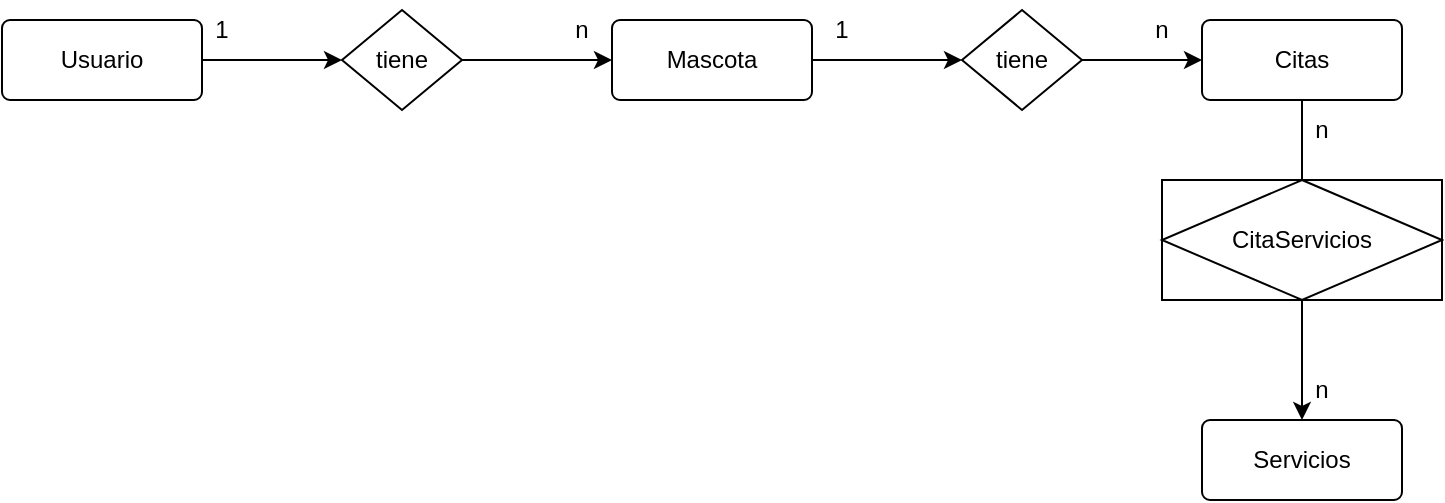
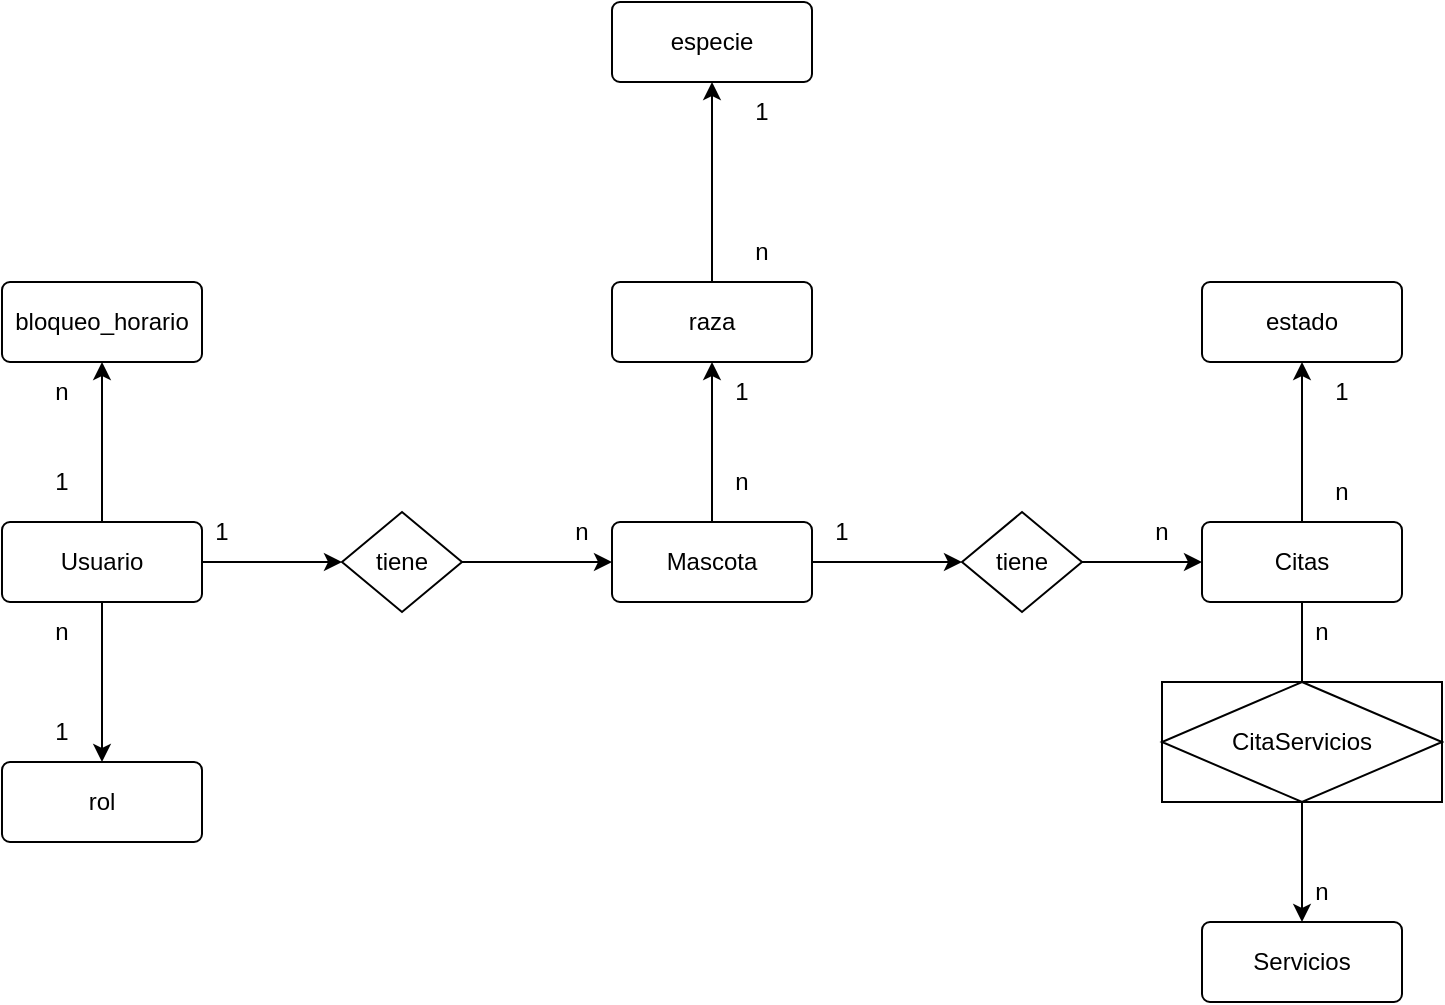
<mxfile host="65bd71144e">
    <diagram id="T-3vDhxCGE0XnjOu4ETA" name="Page-1">
-         <mxGraphModel dx="982" dy="568" grid="1" gridSize="10" guides="1" tooltips="1" connect="1" arrows="1" fold="1" page="1" pageScale="1" pageWidth="850" pageHeight="1100" math="0" shadow="0">
+         <mxGraphModel dx="982" dy="1668" grid="1" gridSize="10" guides="1" tooltips="1" connect="1" arrows="1" fold="1" page="1" pageScale="1" pageWidth="850" pageHeight="1100" math="0" shadow="0">
            <root>
                <mxCell id="0"/>
                <mxCell id="1" parent="0"/>
                <mxCell id="YRLj1h23fmWxmIqaTlUQ-5" edge="1" parent="1" source="YRLj1h23fmWxmIqaTlUQ-2" style="edgeStyle=none;html=1;" target="YRLj1h23fmWxmIqaTlUQ-4" value="">
                    <mxGeometry relative="1" as="geometry"/>
                </mxCell>
+                 <mxCell id="_KU__mLejZA0s17r8uhd-15" edge="1" parent="1" source="YRLj1h23fmWxmIqaTlUQ-2" style="edgeStyle=none;html=1;" target="_KU__mLejZA0s17r8uhd-14" value="">
+                     <mxGeometry relative="1" as="geometry"/>
+                 </mxCell>
+                 <mxCell id="_KU__mLejZA0s17r8uhd-17" edge="1" parent="1" source="YRLj1h23fmWxmIqaTlUQ-2" style="edgeStyle=none;html=1;" target="_KU__mLejZA0s17r8uhd-16" value="">
+                     <mxGeometry relative="1" as="geometry"/>
+                 </mxCell>
                <mxCell id="YRLj1h23fmWxmIqaTlUQ-2" parent="1" style="rounded=1;arcSize=10;whiteSpace=wrap;html=1;align=center;" value="Usuario" vertex="1">
                    <mxGeometry height="40" width="100" x="70" y="200" as="geometry"/>
                </mxCell>
                <mxCell id="YRLj1h23fmWxmIqaTlUQ-13" edge="1" parent="1" source="YRLj1h23fmWxmIqaTlUQ-3" style="edgeStyle=none;html=1;" target="YRLj1h23fmWxmIqaTlUQ-12" value="">
+                     <mxGeometry relative="1" as="geometry"/>
+                 </mxCell>
+                 <mxCell id="_KU__mLejZA0s17r8uhd-2" edge="1" parent="1" source="YRLj1h23fmWxmIqaTlUQ-3" style="edgeStyle=none;html=1;" target="_KU__mLejZA0s17r8uhd-1" value="">
                    <mxGeometry relative="1" as="geometry"/>
                </mxCell>
                <mxCell id="YRLj1h23fmWxmIqaTlUQ-3" parent="1" style="rounded=1;arcSize=10;whiteSpace=wrap;html=1;align=center;" value="Mascota" vertex="1">
                    <mxGeometry height="40" width="100" x="375" y="200" as="geometry"/>
                </mxCell>
                <mxCell id="YRLj1h23fmWxmIqaTlUQ-8" edge="1" parent="1" source="YRLj1h23fmWxmIqaTlUQ-4" style="edgeStyle=none;html=1;" target="YRLj1h23fmWxmIqaTlUQ-3" value="">
                    <mxGeometry relative="1" as="geometry"/>
                </mxCell>
                <mxCell id="YRLj1h23fmWxmIqaTlUQ-4" parent="1" style="shape=rhombus;html=1;dashed=0;whiteSpace=wrap;perimeter=rhombusPerimeter;" value="tiene" vertex="1">
                    <mxGeometry height="50" width="60" x="240" y="195" as="geometry"/>
                </mxCell>
                <mxCell id="YRLj1h23fmWxmIqaTlUQ-9" parent="1" style="text;html=1;whiteSpace=wrap;strokeColor=none;fillColor=none;align=center;verticalAlign=middle;rounded=0;" value="n" vertex="1">
                    <mxGeometry height="30" width="60" x="330" y="190" as="geometry"/>
                </mxCell>
                <mxCell id="YRLj1h23fmWxmIqaTlUQ-10" parent="1" style="text;html=1;whiteSpace=wrap;strokeColor=none;fillColor=none;align=center;verticalAlign=middle;rounded=0;" value="1" vertex="1">
                    <mxGeometry height="30" width="60" x="150" y="190" as="geometry"/>
                </mxCell>
                <mxCell id="YRLj1h23fmWxmIqaTlUQ-18" edge="1" parent="1" source="YRLj1h23fmWxmIqaTlUQ-11" style="edgeStyle=none;html=1;" value="">
                    <mxGeometry relative="1" as="geometry">
                        <mxPoint x="720" y="290" as="targetPoint"/>
                    </mxGeometry>
+                 </mxCell>
+                 <mxCell id="_KU__mLejZA0s17r8uhd-6" edge="1" parent="1" source="YRLj1h23fmWxmIqaTlUQ-11" style="edgeStyle=none;html=1;" target="_KU__mLejZA0s17r8uhd-5" value="">
+                     <mxGeometry relative="1" as="geometry"/>
                </mxCell>
                <mxCell id="YRLj1h23fmWxmIqaTlUQ-11" parent="1" style="rounded=1;arcSize=10;whiteSpace=wrap;html=1;align=center;" value="Citas" vertex="1">
                    <mxGeometry height="40" width="100" x="670" y="200" as="geometry"/>
                </mxCell>
                <mxCell id="YRLj1h23fmWxmIqaTlUQ-14" edge="1" parent="1" source="YRLj1h23fmWxmIqaTlUQ-12" style="edgeStyle=none;html=1;" target="YRLj1h23fmWxmIqaTlUQ-11" value="">
                    <mxGeometry relative="1" as="geometry"/>
                </mxCell>
                <mxCell id="YRLj1h23fmWxmIqaTlUQ-12" parent="1" style="shape=rhombus;html=1;dashed=0;whiteSpace=wrap;perimeter=rhombusPerimeter;" value="tiene" vertex="1">
                    <mxGeometry height="50" width="60" x="550" y="195" as="geometry"/>
                </mxCell>
                <mxCell id="YRLj1h23fmWxmIqaTlUQ-15" parent="1" style="rounded=1;arcSize=10;whiteSpace=wrap;html=1;align=center;" value="Servicios" vertex="1">
                    <mxGeometry height="40" width="100" x="670" y="400" as="geometry"/>
                </mxCell>
                <mxCell id="YRLj1h23fmWxmIqaTlUQ-19" edge="1" parent="1" style="edgeStyle=none;html=1;" target="YRLj1h23fmWxmIqaTlUQ-15" value="">
                    <mxGeometry relative="1" as="geometry">
                        <mxPoint x="720" y="340" as="sourcePoint"/>
                    </mxGeometry>
                </mxCell>
                <mxCell id="YRLj1h23fmWxmIqaTlUQ-20" parent="1" style="text;html=1;whiteSpace=wrap;strokeColor=none;fillColor=none;align=center;verticalAlign=middle;rounded=0;" value="n" vertex="1">
                    <mxGeometry height="30" width="60" x="620" y="190" as="geometry"/>
                </mxCell>
                <mxCell id="YRLj1h23fmWxmIqaTlUQ-21" parent="1" style="text;html=1;whiteSpace=wrap;strokeColor=none;fillColor=none;align=center;verticalAlign=middle;rounded=0;" value="1" vertex="1">
                    <mxGeometry height="30" width="60" x="460" y="190" as="geometry"/>
                </mxCell>
                <mxCell id="YRLj1h23fmWxmIqaTlUQ-23" parent="1" style="text;html=1;whiteSpace=wrap;strokeColor=none;fillColor=none;align=center;verticalAlign=middle;rounded=0;" value="n" vertex="1">
                    <mxGeometry height="30" width="60" x="700" y="370" as="geometry"/>
                </mxCell>
                <mxCell id="YRLj1h23fmWxmIqaTlUQ-24" parent="1" style="text;html=1;whiteSpace=wrap;strokeColor=none;fillColor=none;align=center;verticalAlign=middle;rounded=0;" value="n" vertex="1">
                    <mxGeometry height="30" width="60" x="700" y="240" as="geometry"/>
                </mxCell>
                <mxCell id="YRLj1h23fmWxmIqaTlUQ-25" parent="1" style="shape=associativeEntity;whiteSpace=wrap;html=1;align=center;" value="CitaServicios" vertex="1">
                    <mxGeometry height="60" width="140" x="650" y="280" as="geometry"/>
                </mxCell>
+                 <mxCell id="_KU__mLejZA0s17r8uhd-4" edge="1" parent="1" source="_KU__mLejZA0s17r8uhd-1" style="edgeStyle=none;html=1;" target="_KU__mLejZA0s17r8uhd-3" value="">
+                     <mxGeometry relative="1" as="geometry"/>
+                 </mxCell>
+                 <mxCell id="_KU__mLejZA0s17r8uhd-1" parent="1" style="rounded=1;arcSize=10;whiteSpace=wrap;html=1;align=center;" value="raza" vertex="1">
+                     <mxGeometry height="40" width="100" x="375" y="80" as="geometry"/>
+                 </mxCell>
+                 <mxCell id="_KU__mLejZA0s17r8uhd-3" parent="1" style="rounded=1;arcSize=10;whiteSpace=wrap;html=1;align=center;" value="especie" vertex="1">
+                     <mxGeometry height="40" width="100" x="375" y="-60" as="geometry"/>
+                 </mxCell>
+                 <mxCell id="_KU__mLejZA0s17r8uhd-5" parent="1" style="rounded=1;arcSize=10;whiteSpace=wrap;html=1;align=center;" value="estado" vertex="1">
+                     <mxGeometry height="40" width="100" x="670" y="80" as="geometry"/>
+                 </mxCell>
+                 <mxCell id="_KU__mLejZA0s17r8uhd-7" parent="1" style="text;html=1;whiteSpace=wrap;strokeColor=none;fillColor=none;align=center;verticalAlign=middle;rounded=0;" value="1" vertex="1">
+                     <mxGeometry height="30" width="60" x="420" y="-20" as="geometry"/>
+                 </mxCell>
+                 <mxCell id="_KU__mLejZA0s17r8uhd-8" parent="1" style="text;html=1;whiteSpace=wrap;strokeColor=none;fillColor=none;align=center;verticalAlign=middle;rounded=0;" value="n" vertex="1">
+                     <mxGeometry height="30" width="60" x="420" y="50" as="geometry"/>
+                 </mxCell>
+                 <mxCell id="_KU__mLejZA0s17r8uhd-9" parent="1" style="text;html=1;whiteSpace=wrap;strokeColor=none;fillColor=none;align=center;verticalAlign=middle;rounded=0;" value="1" vertex="1">
+                     <mxGeometry height="30" width="60" x="410" y="120" as="geometry"/>
+                 </mxCell>
+                 <mxCell id="_KU__mLejZA0s17r8uhd-10" parent="1" style="text;html=1;whiteSpace=wrap;strokeColor=none;fillColor=none;align=center;verticalAlign=middle;rounded=0;" value="n" vertex="1">
+                     <mxGeometry height="30" width="60" x="410" y="165" as="geometry"/>
+                 </mxCell>
+                 <mxCell id="_KU__mLejZA0s17r8uhd-11" parent="1" style="text;html=1;whiteSpace=wrap;strokeColor=none;fillColor=none;align=center;verticalAlign=middle;rounded=0;" value="1" vertex="1">
+                     <mxGeometry height="30" width="60" x="710" y="120" as="geometry"/>
+                 </mxCell>
+                 <mxCell id="_KU__mLejZA0s17r8uhd-13" parent="1" style="text;html=1;whiteSpace=wrap;strokeColor=none;fillColor=none;align=center;verticalAlign=middle;rounded=0;" value="n" vertex="1">
+                     <mxGeometry height="30" width="60" x="710" y="170" as="geometry"/>
+                 </mxCell>
+                 <mxCell id="_KU__mLejZA0s17r8uhd-14" parent="1" style="rounded=1;arcSize=10;whiteSpace=wrap;html=1;align=center;" value="bloqueo_horario" vertex="1">
+                     <mxGeometry height="40" width="100" x="70" y="80" as="geometry"/>
+                 </mxCell>
+                 <mxCell id="_KU__mLejZA0s17r8uhd-16" parent="1" style="rounded=1;arcSize=10;whiteSpace=wrap;html=1;align=center;" value="rol" vertex="1">
+                     <mxGeometry height="40" width="100" x="70" y="320" as="geometry"/>
+                 </mxCell>
+                 <mxCell id="_KU__mLejZA0s17r8uhd-18" parent="1" style="text;html=1;whiteSpace=wrap;strokeColor=none;fillColor=none;align=center;verticalAlign=middle;rounded=0;" value="1" vertex="1">
+                     <mxGeometry height="30" width="60" x="70" y="290" as="geometry"/>
+                 </mxCell>
+                 <mxCell id="_KU__mLejZA0s17r8uhd-19" parent="1" style="text;html=1;whiteSpace=wrap;strokeColor=none;fillColor=none;align=center;verticalAlign=middle;rounded=0;" value="n" vertex="1">
+                     <mxGeometry height="30" width="60" x="70" y="240" as="geometry"/>
+                 </mxCell>
+                 <mxCell id="_KU__mLejZA0s17r8uhd-20" parent="1" style="text;html=1;whiteSpace=wrap;strokeColor=none;fillColor=none;align=center;verticalAlign=middle;rounded=0;" value="n" vertex="1">
+                     <mxGeometry height="30" width="60" x="70" y="120" as="geometry"/>
+                 </mxCell>
+                 <mxCell id="_KU__mLejZA0s17r8uhd-21" parent="1" style="text;html=1;whiteSpace=wrap;strokeColor=none;fillColor=none;align=center;verticalAlign=middle;rounded=0;" value="1" vertex="1">
+                     <mxGeometry height="30" width="60" x="70" y="165" as="geometry"/>
+                 </mxCell>
            </root>
        </mxGraphModel>
    </diagram>
</mxfile>